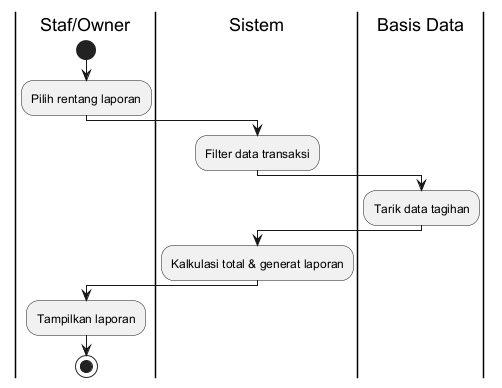
The PlantUML diagram docs/diagrams/5_activity_diagram_lihat_laporan_transaksi.png in ahmadyasser72/tem-2, before a commit.
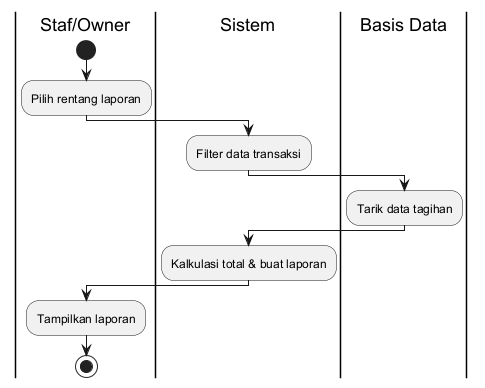
The same diagram one commit later.

The edit, as a diff of the source:
```diff
@@ -7,7 +7,7 @@
 |Basis Data|
 :Tarik data tagihan;
 |Sistem|
-:Kalkulasi total & generat laporan;
+:Kalkulasi total & buat laporan;
 |Staf/Owner|
 :Tampilkan laporan;
 stop
```
